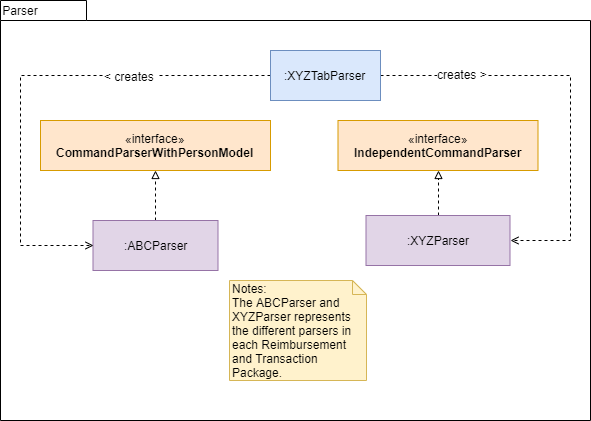
Above: docs/images/LogicForR&T.png in nus-cs2103-AY1920S1/addressbook-level3 (draw.io), before the change. Source tidied: cells renumbered, new cells last; positions are measured from the earlier drawing's top-left corner, leaving out a move shared by most shapes. Source of this version:
```xml
<mxGraphModel background="#ffffff">
  <root>
    <mxCell id="0" />
    <mxCell id="1" parent="0" />
    <mxCell id="2" style="shape=folder;fontStyle=1;spacingTop=10;tabWidth=86;tabHeight=20;tabPosition=left;html=1;" parent="1" vertex="1">
      <mxGeometry width="590" height="420" as="geometry" />
    </mxCell>
    <mxCell id="3" value="Parser" style="text;html=1;strokeColor=none;fillColor=none;align=center;verticalAlign=middle;whiteSpace=wrap;rounded=0;" parent="1" vertex="1">
      <mxGeometry x="10" width="20" height="20" as="geometry" />
    </mxCell>
    <mxCell id="4" value="«interface»&lt;br&gt;&lt;b&gt;CommandParserWithPersonModel&lt;/b&gt;" style="html=1;fillColor=#ffe6cc;strokeColor=#d79b00;" parent="1" vertex="1">
      <mxGeometry x="40" y="120" width="230" height="50" as="geometry" />
    </mxCell>
    <mxCell id="5" value="«interface»&lt;br&gt;&lt;b&gt;IndependentCommandParser&lt;/b&gt;" style="html=1;fillColor=#ffe6cc;strokeColor=#d79b00;" parent="1" vertex="1">
      <mxGeometry x="337.5" y="120" width="200" height="50" as="geometry" />
    </mxCell>
    <mxCell id="6" style="edgeStyle=orthogonalEdgeStyle;rounded=0;jettySize=auto;html=1;exitX=0.5;exitY=0;exitDx=0;exitDy=0;dashed=1;endArrow=block;endFill=0;" parent="1" edge="1" source="7" target="4">
      <mxGeometry relative="1" as="geometry" />
    </mxCell>
    <mxCell id="7" value=":ABCParser" style="html=1;fillColor=#e1d5e7;strokeColor=#9673a6;" parent="1" vertex="1">
      <mxGeometry x="92.5" y="220" width="125" height="50" as="geometry" />
    </mxCell>
    <mxCell id="8" style="edgeStyle=orthogonalEdgeStyle;rounded=0;jettySize=auto;html=1;exitX=0.5;exitY=0;exitDx=0;exitDy=0;entryX=0.5;entryY=1;entryDx=0;entryDy=0;dashed=1;endArrow=block;endFill=0;" parent="1" edge="1" source="9" target="5">
      <mxGeometry relative="1" as="geometry" />
    </mxCell>
    <mxCell id="9" value=":XYZParser" style="html=1;fillColor=#e1d5e7;strokeColor=#9673a6;" parent="1" vertex="1">
      <mxGeometry x="365.5" y="215" width="144" height="50" as="geometry" />
    </mxCell>
    <mxCell id="10" style="edgeStyle=orthogonalEdgeStyle;rounded=0;jettySize=auto;html=1;exitX=0;exitY=0.5;exitDx=0;exitDy=0;entryX=0;entryY=0.5;entryDx=0;entryDy=0;endArrow=open;endFill=0;dashed=1;" parent="1" edge="1" source="14" target="7">
      <mxGeometry relative="1" as="geometry">
        <Array as="points">
          <mxPoint x="20" y="75" />
          <mxPoint x="20" y="245" />
        </Array>
      </mxGeometry>
    </mxCell>
    <mxCell id="11" value="&amp;lt; creates&amp;nbsp;" style="text;html=1;align=center;verticalAlign=middle;labelBackgroundColor=#ffffff;" parent="10" vertex="1">
      <mxGeometry x="-0.06" y="-1" relative="1" as="geometry">
        <mxPoint x="92" y="1" as="offset" />
      </mxGeometry>
    </mxCell>
    <mxCell id="12" style="edgeStyle=orthogonalEdgeStyle;rounded=0;jettySize=auto;html=1;exitX=1;exitY=0.5;exitDx=0;exitDy=0;entryX=1;entryY=0.5;entryDx=0;entryDy=0;dashed=1;endArrow=open;endFill=0;" parent="1" edge="1" source="14" target="9">
      <mxGeometry relative="1" as="geometry">
        <Array as="points">
          <mxPoint x="570" y="75" />
          <mxPoint x="570" y="240" />
        </Array>
      </mxGeometry>
    </mxCell>
    <mxCell id="13" value="creates &amp;gt;" style="text;html=1;align=center;verticalAlign=middle;labelBackgroundColor=#ffffff;" parent="12" vertex="1">
      <mxGeometry x="-0.61" y="2" relative="1" as="geometry" />
    </mxCell>
    <mxCell id="14" value=":XYZTabParser" style="html=1;fillColor=#dae8fc;strokeColor=#6c8ebf;" parent="1" vertex="1">
      <mxGeometry x="270" y="50" width="110" height="50" as="geometry" />
    </mxCell>
    <mxCell id="15" value="Notes:&lt;br&gt;The ABCParser and XYZParser represents the different parsers in each Reimbursement and Transaction Package." style="shape=note;whiteSpace=wrap;html=1;size=14;verticalAlign=top;align=left;spacingTop=-6;fillColor=#fff2cc;strokeColor=#d6b656;" parent="1" vertex="1">
      <mxGeometry x="229" y="280" width="137" height="100" as="geometry" />
    </mxCell>
  </root>
</mxGraphModel>
```
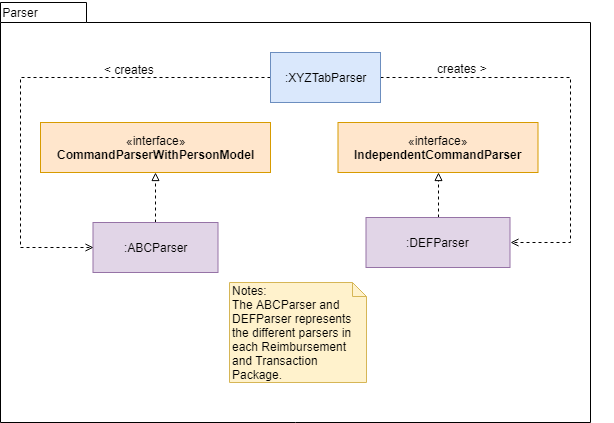
After the commit.

Commit message:
update Parser for Home and Reimbursement

What changed in the source:
```diff
@@ -23,7 +23,7 @@
     <mxCell id="8" style="edgeStyle=orthogonalEdgeStyle;rounded=0;jettySize=auto;html=1;exitX=0.5;exitY=0;exitDx=0;exitDy=0;entryX=0.5;entryY=1;entryDx=0;entryDy=0;dashed=1;endArrow=block;endFill=0;" parent="1" edge="1" source="9" target="5">
       <mxGeometry relative="1" as="geometry" />
     </mxCell>
-    <mxCell id="9" value=":XYZParser" style="html=1;fillColor=#e1d5e7;strokeColor=#9673a6;" parent="1" vertex="1">
+    <mxCell id="9" value=":DEFParser" style="html=1;fillColor=#e1d5e7;strokeColor=#9673a6;" parent="1" vertex="1">
       <mxGeometry x="365.5" y="215" width="144" height="50" as="geometry" />
     </mxCell>
     <mxCell id="10" style="edgeStyle=orthogonalEdgeStyle;rounded=0;jettySize=auto;html=1;exitX=0;exitY=0.5;exitDx=0;exitDy=0;entryX=0;entryY=0.5;entryDx=0;entryDy=0;endArrow=open;endFill=0;dashed=1;" parent="1" edge="1" source="14" target="7">
@@ -36,7 +36,7 @@
     </mxCell>
     <mxCell id="11" value="&amp;lt; creates&amp;nbsp;" style="text;html=1;align=center;verticalAlign=middle;labelBackgroundColor=#ffffff;" parent="10" vertex="1">
       <mxGeometry x="-0.06" y="-1" relative="1" as="geometry">
-        <mxPoint x="92" y="1" as="offset" />
+        <mxPoint x="92" y="-8" as="offset" />
       </mxGeometry>
     </mxCell>
     <mxCell id="12" style="edgeStyle=orthogonalEdgeStyle;rounded=0;jettySize=auto;html=1;exitX=1;exitY=0.5;exitDx=0;exitDy=0;entryX=1;entryY=0.5;entryDx=0;entryDy=0;dashed=1;endArrow=open;endFill=0;" parent="1" edge="1" source="14" target="9">
@@ -48,13 +48,21 @@
       </mxGeometry>
     </mxCell>
     <mxCell id="13" value="creates &amp;gt;" style="text;html=1;align=center;verticalAlign=middle;labelBackgroundColor=#ffffff;" parent="12" vertex="1">
-      <mxGeometry x="-0.61" y="2" relative="1" as="geometry" />
+      <mxGeometry x="-0.61" y="2" relative="1" as="geometry">
+        <mxPoint y="-8" as="offset" />
+      </mxGeometry>
     </mxCell>
     <mxCell id="14" value=":XYZTabParser" style="html=1;fillColor=#dae8fc;strokeColor=#6c8ebf;" parent="1" vertex="1">
       <mxGeometry x="270" y="50" width="110" height="50" as="geometry" />
     </mxCell>
-    <mxCell id="15" value="Notes:&lt;br&gt;The ABCParser and XYZParser represents the different parsers in each Reimbursement and Transaction Package." style="shape=note;whiteSpace=wrap;html=1;size=14;verticalAlign=top;align=left;spacingTop=-6;fillColor=#fff2cc;strokeColor=#d6b656;" parent="1" vertex="1">
+    <mxCell id="15" value="Notes:&lt;br&gt;The ABCParser and DEFParser represents the different parsers in each Reimbursement and Transaction Package." style="shape=note;whiteSpace=wrap;html=1;size=14;verticalAlign=top;align=left;spacingTop=-6;fillColor=#fff2cc;strokeColor=#d6b656;" parent="1" vertex="1">
       <mxGeometry x="229" y="280" width="137" height="100" as="geometry" />
     </mxCell>
+    <mxCell id="16" value="Text" style="text;html=1;align=left;verticalAlign=top;spacingTop=-4;" parent="1" vertex="1">
+      <mxGeometry x="353" y="-99" width="40" height="20" as="geometry" />
+    </mxCell>
+    <mxCell id="17" value="Text" style="text;html=1;align=left;verticalAlign=top;spacingTop=-4;" parent="1" vertex="1">
+      <mxGeometry x="636" y="-102" width="40" height="20" as="geometry" />
+    </mxCell>
   </root>
 </mxGraphModel>
```
